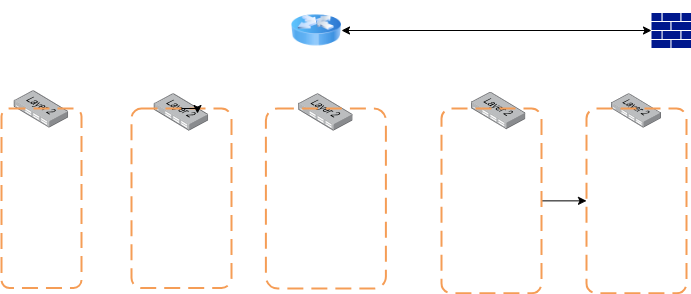
MwarumbaH-5523/Secured_Networks_Topology keeps this draw.io diagram as secured_network_topology.drawio.png. Above is the earlier version. Source tidied: cells renumbered, new cells last; positions are measured from the earlier drawing's top-left corner, leaving out a move shared by most shapes.
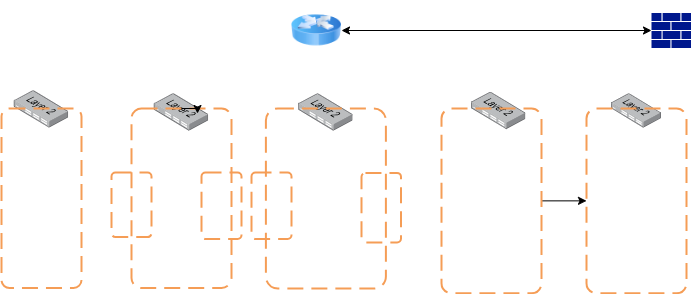
The same file after the commit.

Change to the diagram source:
```diff
@@ -47,5 +47,17 @@
     <mxCell id="16" style="rounded=1;arcSize=10;dashed=1;strokeColor=#F59D56;fillColor=none;gradientColor=none;dashPattern=8 4;strokeWidth=2;" parent="1" vertex="1">
       <mxGeometry x="585" y="108" width="100" height="184.7" as="geometry" />
     </mxCell>
+    <mxCell id="17" style="rounded=1;arcSize=10;dashed=1;strokeColor=light-dark(#F59D56,#3333FF);fillColor=none;gradientColor=none;dashPattern=8 4;strokeWidth=2;" parent="1" vertex="1">
+      <mxGeometry x="110" y="172.1" width="40" height="64.5" as="geometry" />
+    </mxCell>
+    <mxCell id="18" style="rounded=1;arcSize=10;dashed=1;strokeColor=light-dark(#F59D56,#3333FF);fillColor=none;gradientColor=none;dashPattern=8 4;strokeWidth=2;" parent="1" vertex="1">
+      <mxGeometry x="200" y="172.1" width="40" height="66.4" as="geometry" />
+    </mxCell>
+    <mxCell id="19" style="rounded=1;arcSize=10;dashed=1;strokeColor=light-dark(#F59D56,#FF3333);fillColor=none;gradientColor=none;dashPattern=8 4;strokeWidth=2;" parent="1" vertex="1">
+      <mxGeometry x="250" y="172.1" width="40" height="66.4" as="geometry" />
+    </mxCell>
+    <mxCell id="20" style="rounded=1;arcSize=10;dashed=1;strokeColor=light-dark(#F59D56,#FF3333);fillColor=none;gradientColor=none;dashPattern=8 4;strokeWidth=2;" parent="1" vertex="1">
+      <mxGeometry x="360" y="172.4" width="39.5" height="69.5" as="geometry" />
+    </mxCell>
   </root>
 </mxGraphModel>
```
